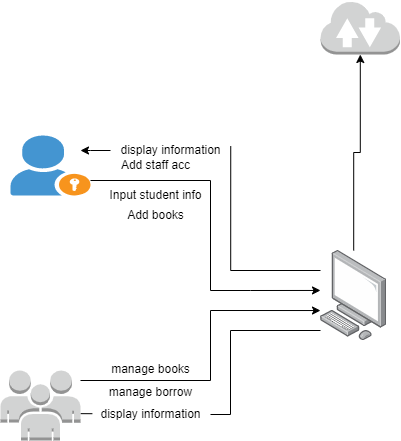
This is operational_f.png from Jayrou12345/Flowchart, a draw.io export, as it was before one commit. Source tidied: cells renumbered, new cells last; positions are measured from the earlier drawing's top-left corner, leaving out a move shared by most shapes.
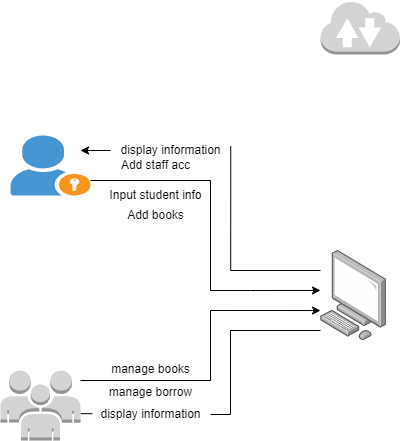
Later version of the same file.

Diff of the diagram source:
```diff
@@ -36,9 +36,6 @@
         <mxPoint x="80" y="150" as="targetPoint" />
       </mxGeometry>
     </mxCell>
-    <mxCell id="8" style="edgeStyle=orthogonalEdgeStyle;rounded=0;jettySize=auto;html=1;" parent="1" edge="1" source="9" target="19">
-      <mxGeometry relative="1" as="geometry" />
-    </mxCell>
     <mxCell id="9" style="image;points=[];html=1;align=center;shadow=0;dashed=0;image=img/lib/allied_telesis/computer_and_terminals/Personal_Computer.svg;backgroundOutline=0;" parent="1" vertex="1">
       <mxGeometry x="320" y="250" width="66.4" height="90" as="geometry" />
     </mxCell>
```
